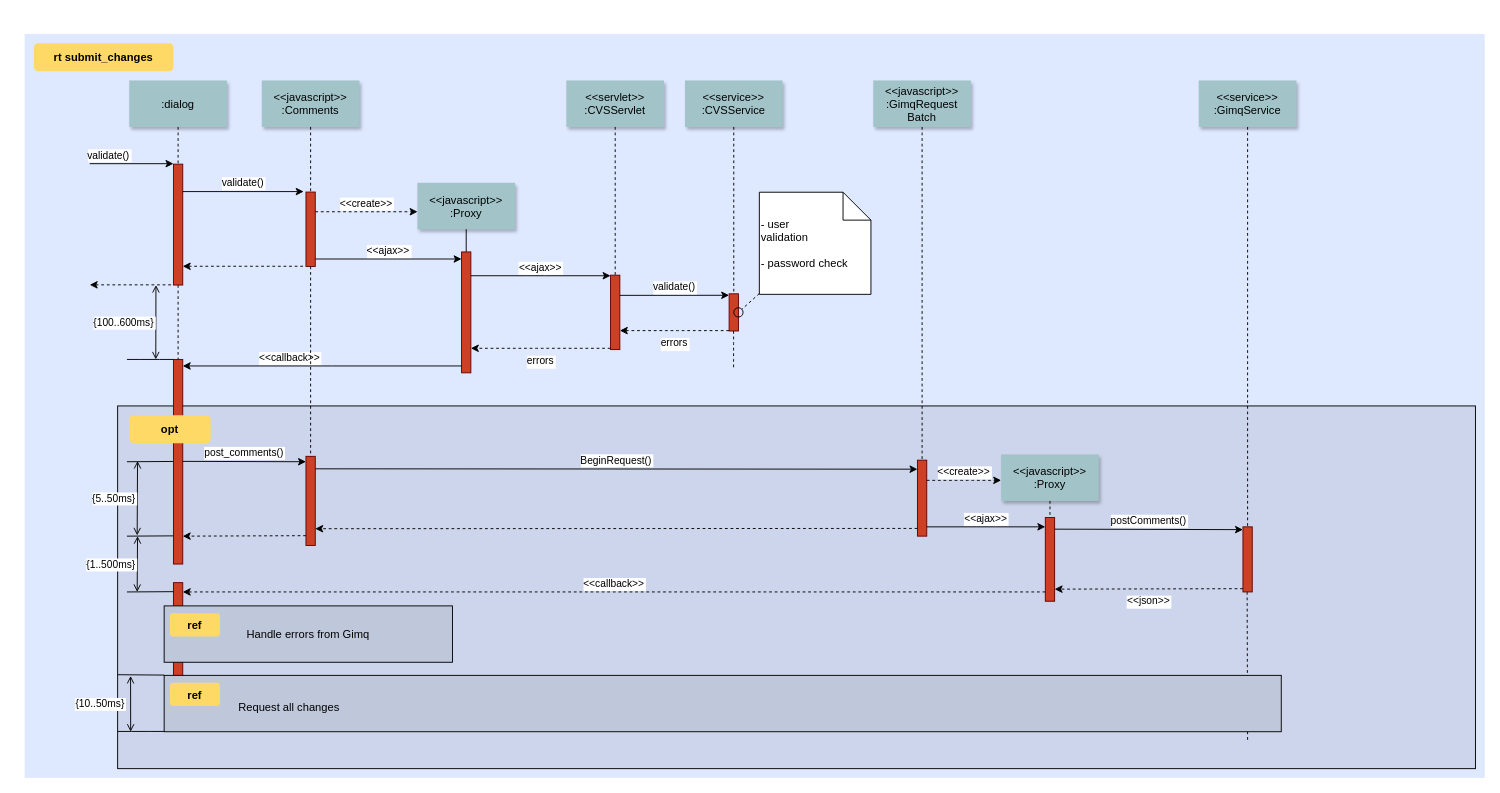
The draw.io diagram diagrama-secuencias-calculadora.drawio in kalebgit/Uml-modelado, before the edit. Source tidied: cells renumbered, new cells numbered last; positions are measured from the earlier drawing's top-left corner, leaving out a move shared by most shapes. Both pictures are drawn from the tidied source at 93%, with x=0, y=0 at pixel (24, 33).
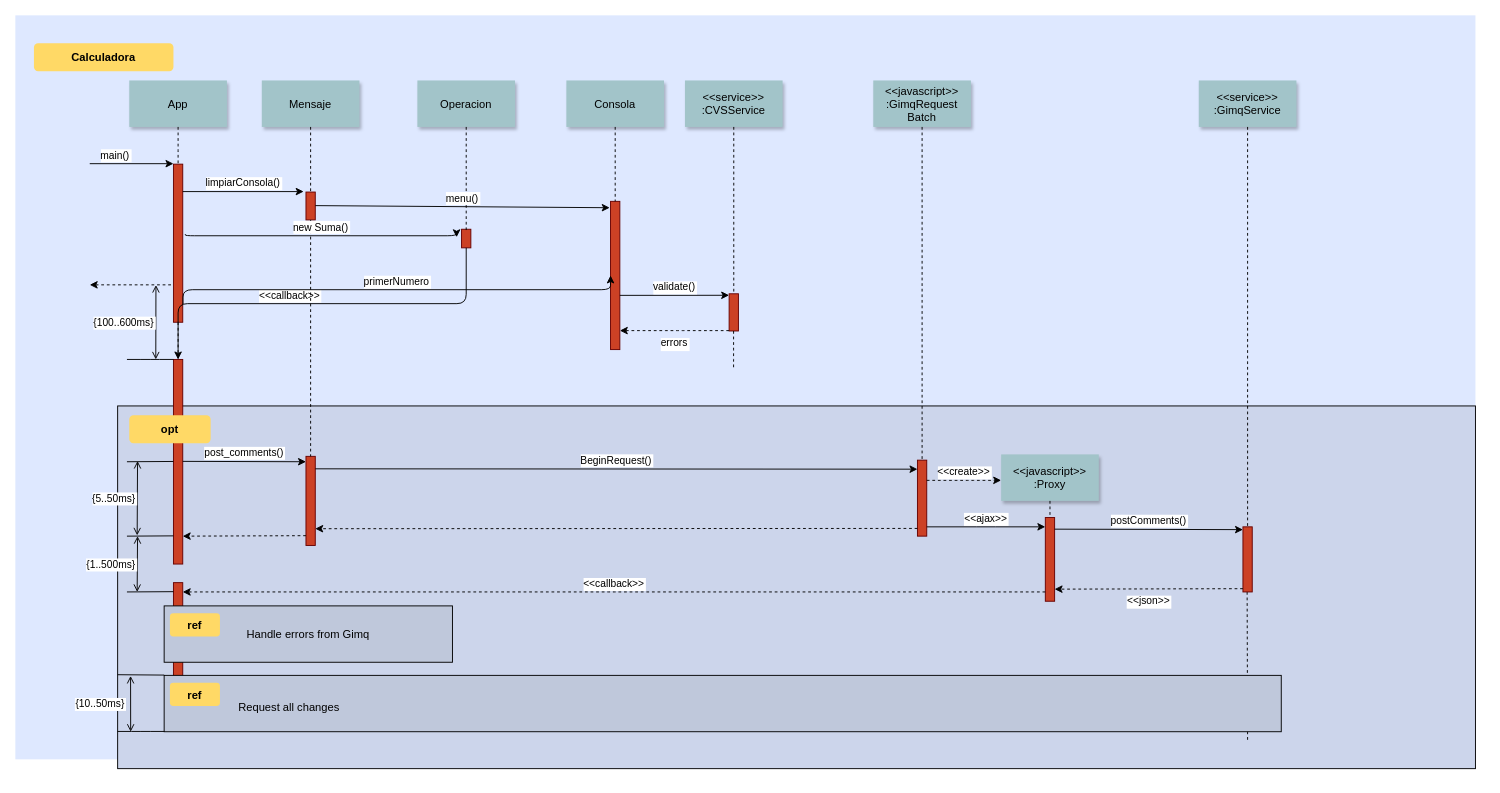
Above is the later version.

What changed in the source:
```diff
@@
     <mxCell id="2" style="fillColor=#DEE8FF;strokeColor=none;" parent="1" vertex="1">
-      <mxGeometry width="1570" height="800" as="geometry" />
+      <mxGeometry x="-10" y="-20" width="1570" height="800" as="geometry" />
     </mxCell>
@@
     <mxCell id="5" style="fillColor=#CC4125;strokeColor=#660000;" parent="1" vertex="1">
-      <mxGeometry x="160" y="140" width="10" height="130" as="geometry" />
+      <mxGeometry x="160" y="140" width="10" height="170" as="geometry" />
     </mxCell>
-    <mxCell id="6" value="validate()" style="edgeStyle=none;verticalLabelPosition=top;verticalAlign=bottom;labelPosition=left;align=right;" parent="1" edge="1">
+    <mxCell id="6" value="main()" style="edgeStyle=none;verticalLabelPosition=top;verticalAlign=bottom;labelPosition=left;align=right;" parent="1" edge="1">
       <mxGeometry x="110" y="49.5" as="geometry">
         <mxPoint x="70" y="139.5" as="sourcePoint" />
         <mxPoint x="160" y="139.5" as="targetPoint" />
       </mxGeometry>
     </mxCell>
-    <mxCell id="7" value=":dialog" style="shadow=1;fillColor=#A2C4C9;strokeColor=none;" parent="1" vertex="1">
+    <mxCell id="7" value="App" style="shadow=1;fillColor=#A2C4C9;strokeColor=none;" parent="1" vertex="1">
       <mxGeometry x="112.5" y="50" width="105" height="50" as="geometry" />
     </mxCell>
     <mxCell id="8" style="fillColor=#CC4125;strokeColor=#660000;" parent="1" vertex="1">
-      <mxGeometry x="302.5" y="170" width="10" height="80" as="geometry" />
+      <mxGeometry x="302.5" y="170" width="10" height="30" as="geometry" />
     </mxCell>
-    <mxCell id="9" value="&lt;&lt;javascript&gt;&gt;&#10;:Comments" style="shadow=1;fillColor=#A2C4C9;strokeColor=none;" parent="1" vertex="1">
+    <mxCell id="9" value="Mensaje" style="shadow=1;fillColor=#A2C4C9;strokeColor=none;" parent="1" vertex="1">
       <mxGeometry x="255" y="50" width="105" height="50" as="geometry" />
     </mxCell>
@@
-    <mxCell id="11" value="validate()" style="edgeStyle=none;verticalLabelPosition=top;verticalAlign=bottom;" parent="1" edge="1">
-      <mxGeometry x="220" y="92" as="geometry">
+    <mxCell id="11" value="limpiarConsola()" style="edgeStyle=none;verticalLabelPosition=top;verticalAlign=bottom;" parent="1" edge="1">
+      <mxGeometry as="geometry">
         <mxPoint x="170" y="169.5" as="sourcePoint" />
         <mxPoint x="300" y="169.5" as="targetPoint" />
       </mxGeometry>
     </mxCell>
-    <mxCell id="12" style="edgeStyle=none;verticalLabelPosition=top;verticalAlign=bottom;endArrow=none;startArrow=classic;dashed=1;" parent="1" edge="1">
-      <mxGeometry x="220" y="172.3" as="geometry">
-        <mxPoint x="170" y="249.8" as="sourcePoint" />
-        <mxPoint x="300" y="249.8" as="targetPoint" />
-      </mxGeometry>
-    </mxCell>
@@
-    <mxCell id="14" value="&lt;&lt;create&gt;&gt;" style="edgeStyle=none;verticalLabelPosition=top;verticalAlign=bottom;dashed=1;" parent="1" edge="1">
-      <mxGeometry x="385.5" y="113.9" as="geometry">
-        <mxPoint x="312.5" y="191.2" as="sourcePoint" />
-        <mxPoint x="422.5" y="191.2" as="targetPoint" />
-      </mxGeometry>
-    </mxCell>
-    <mxCell id="15" value="&lt;&lt;javascript&gt;&gt;&#10;:Proxy" style="shadow=1;fillColor=#A2C4C9;strokeColor=none;" parent="1" vertex="1">
-      <mxGeometry x="422.3" y="160" width="105" height="50" as="geometry" />
+    <mxCell id="15" value="Operacion" style="shadow=1;fillColor=#A2C4C9;strokeColor=none;" parent="1" vertex="1">
+      <mxGeometry x="422.3" y="50" width="105" height="50" as="geometry" />
     </mxCell>
-    <mxCell id="16" style="edgeStyle=none;endArrow=none;" parent="1" edge="1" source="15" target="17">
-      <mxGeometry x="437" y="270" as="geometry" />
-    </mxCell>
     <mxCell id="17" style="fillColor=#CC4125;strokeColor=#660000;" parent="1" vertex="1">
-      <mxGeometry x="469.8" y="234.4" width="10" height="130" as="geometry" />
+      <mxGeometry x="469.8" y="210" width="10" height="20" as="geometry" />
     </mxCell>
-    <mxCell id="18" value="&lt;&lt;ajax&gt;&gt;" style="edgeStyle=elbowEdgeStyle;elbow=vertical;verticalLabelPosition=top;verticalAlign=bottom;" parent="1" edge="1" source="8" target="17">
-      <mxGeometry x="350" y="290" as="geometry" />
-    </mxCell>
     <mxCell id="19" style="fillColor=#CC4125;strokeColor=#660000;" parent="1" vertex="1">
-      <mxGeometry x="630" y="259.4" width="10" height="80" as="geometry" />
+      <mxGeometry x="630" y="180" width="10" height="159.4" as="geometry" />
     </mxCell>
-    <mxCell id="20" value="&lt;&lt;servlet&gt;&gt;&#10;:CVSServlet" style="shadow=1;fillColor=#A2C4C9;strokeColor=none;" parent="1" vertex="1">
+    <mxCell id="20" value="Consola" style="shadow=1;fillColor=#A2C4C9;strokeColor=none;" parent="1" vertex="1">
       <mxGeometry x="582.5" y="50" width="105" height="50" as="geometry" />
     </mxCell>
-    <mxCell id="21" style="edgeStyle=none;endArrow=none;dashed=1;" parent="1" edge="1" source="20" target="19">
+    <mxCell id="21" style="edgeStyle=none;endArrow=none;dashed=1;fontStyle=1;" parent="1" edge="1" source="20" target="19">
       <mxGeometry x="614.5" y="175" as="geometry" />
     </mxCell>
@@
-    <mxCell id="25" value="&lt;&lt;ajax&gt;&gt;" style="edgeStyle=elbowEdgeStyle;elbow=vertical;verticalLabelPosition=top;verticalAlign=bottom;" parent="1" edge="1" source="17" target="19">
-      <mxGeometry x="540" y="270" as="geometry">
-        <Array as="points">
-          <mxPoint x="550" y="260" />
-        </Array>
-      </mxGeometry>
-    </mxCell>
-    <mxCell id="26" value="errors" style="edgeStyle=elbowEdgeStyle;elbow=vertical;dashed=1;verticalLabelPosition=bottom;verticalAlign=top;" parent="1" edge="1" source="19" target="17">
-      <mxGeometry x="550" y="280" as="geometry">
-        <Array as="points">
-          <mxPoint x="553" y="338" />
-        </Array>
-      </mxGeometry>
-    </mxCell>
@@
-    <mxCell id="32" style="ellipse;fillColor=none;" parent="1" vertex="1">
-      <mxGeometry x="762.5" y="294.4" width="10" height="10" as="geometry" />
-    </mxCell>
-    <mxCell id="33" value=" - user&#10; validation&#10;&#10; - password check" style="shape=note;align=left;" parent="1" vertex="1">
-      <mxGeometry x="790" y="170.2" width="120" height="109.8" as="geometry" />
-    </mxCell>
-    <mxCell id="34" style="edgeStyle=none;endArrow=none;dashed=1;" parent="1" edge="1" source="33" target="32">
-      <mxGeometry x="1030" y="180" as="geometry" />
-    </mxCell>
@@
-    <mxCell id="60" value="rt submit_changes" style="rounded=1;fontStyle=1;fillColor=#FFD966;strokeColor=none;" parent="1" vertex="1">
+    <mxCell id="60" value="Calculadora" style="rounded=1;fontStyle=1;fillColor=#FFD966;strokeColor=none;" parent="1" vertex="1">
       <mxGeometry x="10" y="10" width="150" height="30" as="geometry" />
     </mxCell>
@@
+    <mxCell id="16" style="edgeStyle=none;endArrow=none;dashed=1;fontStyle=1;exitX=0.5;exitY=1;exitDx=0;exitDy=0;entryX=0.5;entryY=0.043;entryDx=0;entryDy=0;entryPerimeter=0;" parent="1" edge="1" source="15" target="17">
+      <mxGeometry x="614.5" y="175" as="geometry" />
+    </mxCell>
+    <mxCell id="75" value="new Suma()" style="edgeStyle=elbowEdgeStyle;elbow=vertical;verticalLabelPosition=top;verticalAlign=bottom;entryX=-0.536;entryY=0.429;entryDx=0;entryDy=0;entryPerimeter=0;exitX=1.275;exitY=0.443;exitDx=0;exitDy=0;exitPerimeter=0;" parent="1" edge="1" source="5" target="17">
+      <mxGeometry as="geometry" />
+    </mxCell>
+    <mxCell id="76" value="menu()" style="edgeStyle=none;verticalLabelPosition=top;verticalAlign=bottom;entryX=-0.091;entryY=0.043;entryDx=0;entryDy=0;entryPerimeter=0;" parent="1" edge="1" target="19">
+      <mxGeometry as="geometry">
+        <mxPoint x="312.5" y="184.6" as="sourcePoint" />
+      </mxGeometry>
+    </mxCell>
+    <mxCell id="77" value="primerNumero" style="edgeStyle=elbowEdgeStyle;elbow=vertical;verticalLabelPosition=top;verticalAlign=bottom;exitX=1.025;exitY=0.887;exitDx=0;exitDy=0;exitPerimeter=0;entryX=0;entryY=0.5;entryDx=0;entryDy=0;" parent="1" edge="1" source="5" target="19">
+      <mxGeometry x="550" y="261.7" as="geometry" />
+    </mxCell>
```
